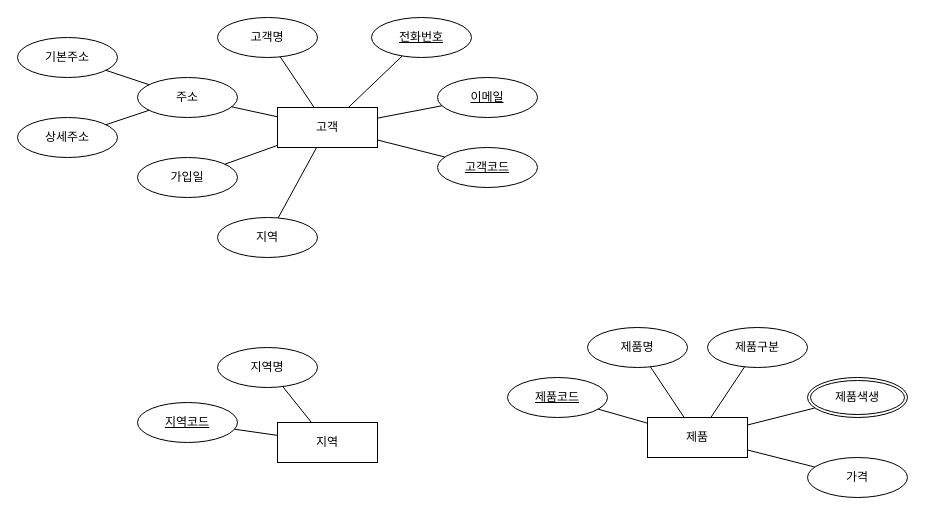
Before: ERD_TEST.drawio in KimHakLae/ERD_TEST, a draw.io diagram. Source tidied: cells renumbered, new cells numbered last; positions are measured from the earlier drawing's top-left corner, leaving out a move shared by most shapes. Both pictures are drawn from the tidied source at 100%, with x=0, y=0 at pixel (17, 17).
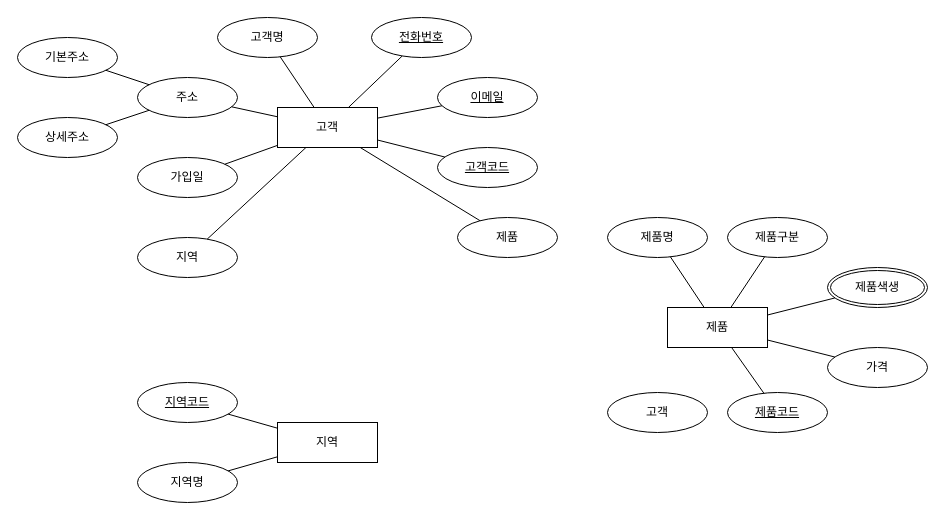
Above is the later version.

Commit message:
초기 다이어그램 (관계없음)

The change refers to these unchanged cells:
```xml
<mxCell id="2" value="고객" style="whiteSpace=wrap;html=1;align=center;" parent="1" vertex="1">
  <mxGeometry x="260" y="90" width="100" height="40" as="geometry" />
</mxCell>
```

Change to the diagram source:
```diff
@@
     <mxCell id="19" value="지역" style="ellipse;whiteSpace=wrap;html=1;align=center;" parent="1" vertex="1">
-      <mxGeometry x="200" y="200" width="100" height="40" as="geometry" />
+      <mxGeometry x="120" y="220" width="100" height="40" as="geometry" />
     </mxCell>
@@
     <mxCell id="22" value="지역명" style="ellipse;whiteSpace=wrap;html=1;align=center;" parent="1" vertex="1">
-      <mxGeometry x="200" y="330" width="100" height="40" as="geometry" />
+      <mxGeometry x="120" y="445" width="100" height="40" as="geometry" />
     </mxCell>
     <mxCell id="23" value="지역코드" style="ellipse;whiteSpace=wrap;html=1;align=center;fontStyle=4;" parent="1" vertex="1">
-      <mxGeometry x="120" y="385" width="100" height="40" as="geometry" />
+      <mxGeometry x="120" y="365" width="100" height="40" as="geometry" />
     </mxCell>
@@
     <mxCell id="26" value="제품" style="whiteSpace=wrap;html=1;align=center;" parent="1" vertex="1">
-      <mxGeometry x="630" y="400" width="100" height="40" as="geometry" />
+      <mxGeometry x="650" y="290" width="100" height="40" as="geometry" />
     </mxCell>
     <mxCell id="27" value="제품코드" style="ellipse;whiteSpace=wrap;html=1;align=center;fontStyle=4;" parent="1" vertex="1">
-      <mxGeometry x="490" y="360" width="100" height="40" as="geometry" />
+      <mxGeometry x="710" y="375" width="100" height="40" as="geometry" />
     </mxCell>
     <mxCell id="28" value="제품명" style="ellipse;whiteSpace=wrap;html=1;align=center;" parent="1" vertex="1">
-      <mxGeometry x="570" y="310" width="100" height="40" as="geometry" />
+      <mxGeometry x="590" y="200" width="100" height="40" as="geometry" />
     </mxCell>
     <mxCell id="29" value="제품구분" style="ellipse;whiteSpace=wrap;html=1;align=center;" parent="1" vertex="1">
-      <mxGeometry x="690" y="310" width="100" height="40" as="geometry" />
+      <mxGeometry x="710" y="200" width="100" height="40" as="geometry" />
     </mxCell>
     <mxCell id="30" value="제품색생" style="ellipse;shape=doubleEllipse;margin=3;whiteSpace=wrap;html=1;align=center;" parent="1" vertex="1">
-      <mxGeometry x="790" y="360" width="100" height="40" as="geometry" />
+      <mxGeometry x="810" y="250" width="100" height="40" as="geometry" />
     </mxCell>
     <mxCell id="31" value="가격" style="ellipse;whiteSpace=wrap;html=1;align=center;" parent="1" vertex="1">
-      <mxGeometry x="790" y="440" width="100" height="40" as="geometry" />
+      <mxGeometry x="810" y="330" width="100" height="40" as="geometry" />
     </mxCell>
@@
+    <mxCell id="37" style="edgeStyle=orthogonalEdgeStyle;rounded=0;orthogonalLoop=1;jettySize=auto;html=1;exitX=0.5;exitY=1;exitDx=0;exitDy=0;" parent="1" edge="1" source="22" target="22">
+      <mxGeometry relative="1" as="geometry" />
+    </mxCell>
+    <mxCell id="38" value="제품" style="ellipse;whiteSpace=wrap;html=1;align=center;" parent="1" vertex="1">
+      <mxGeometry x="440" y="200" width="100" height="40" as="geometry" />
+    </mxCell>
+    <mxCell id="39" style="endArrow=none;html=1;rounded=0;" parent="1" edge="1" source="38" target="2">
+      <mxGeometry relative="1" as="geometry" />
+    </mxCell>
+    <mxCell id="40" value="고객" style="ellipse;whiteSpace=wrap;html=1;align=center;" parent="1" vertex="1">
+      <mxGeometry x="590" y="375" width="100" height="40" as="geometry" />
+    </mxCell>
```
